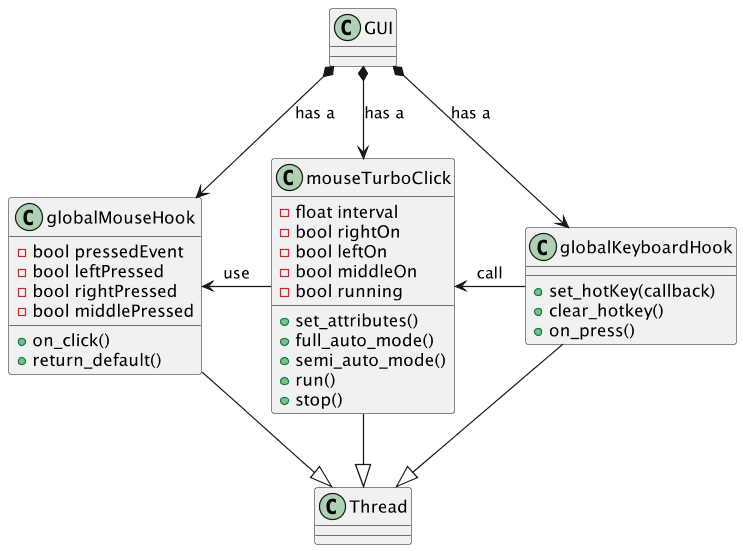
This is out/preview_UML/preview_UML.png from gabigon88/MouseTurboClick, a PlantUML export, as it was before one commit.
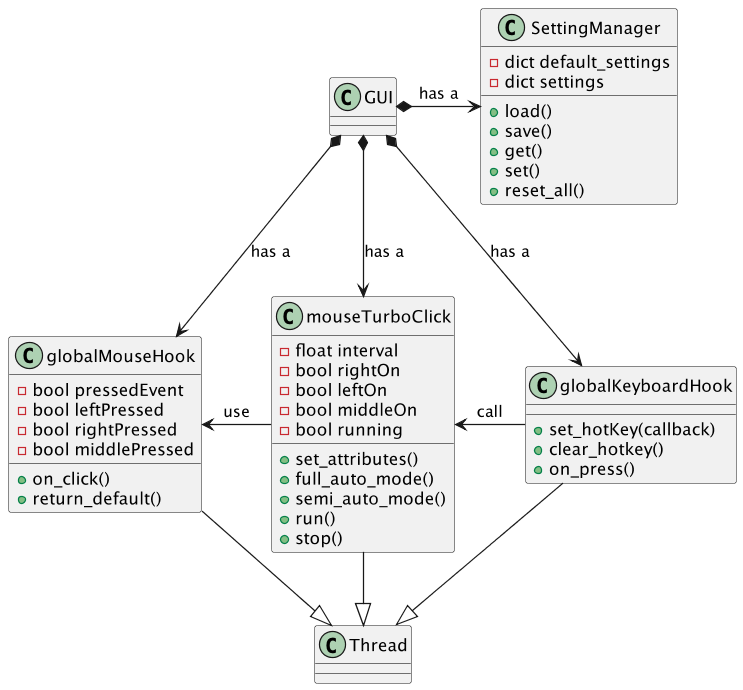
The same file after the commit.

The edit, as a diff of the source:
```diff
@@ -26,6 +26,15 @@
     + run()
     + stop()
 }
+class SettingManager{
+    - dict default_settings
+    - dict settings
+    + load()
+    + save()
+    + get()
+    + set()
+    + reset_all()
+}
 
 globalMouseHook --|> Thread
 globalKeyboardHook --|> Thread
@@ -34,6 +43,7 @@
 GUI *--> globalMouseHook : has a
 GUI *--> globalKeyboardHook : has a
 GUI *--> mouseTurboClick : has a
+GUI *-right-> SettingManager : has a
 mouseTurboClick -left-> globalMouseHook : use
 globalKeyboardHook -left-> mouseTurboClick : call
 @enduml
```
